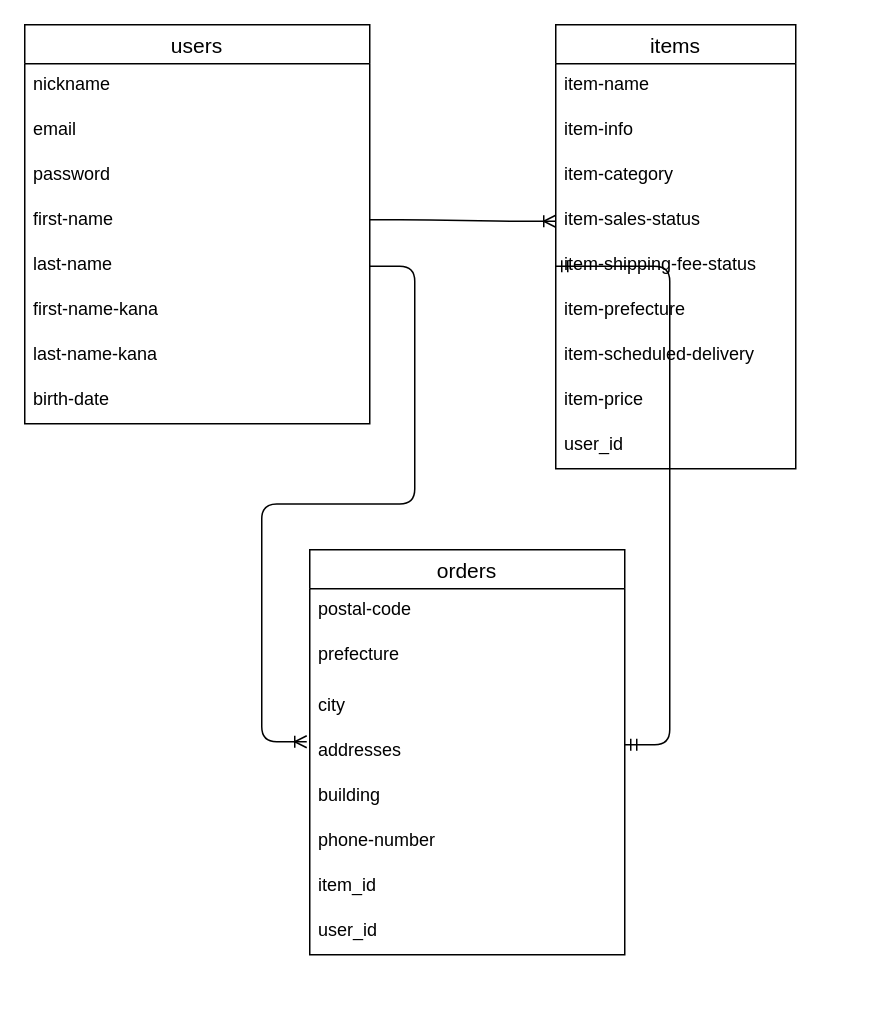
This is tables.dio from YTtech50/furima-30609, a draw.io file, before an edit. Source tidied: cells renumbered, new cells numbered last; positions are measured from the earlier drawing's top-left corner, leaving out a move shared by most shapes. Both pictures are drawn from the tidied source at 150%, with x=0, y=0 at pixel (24, 24).
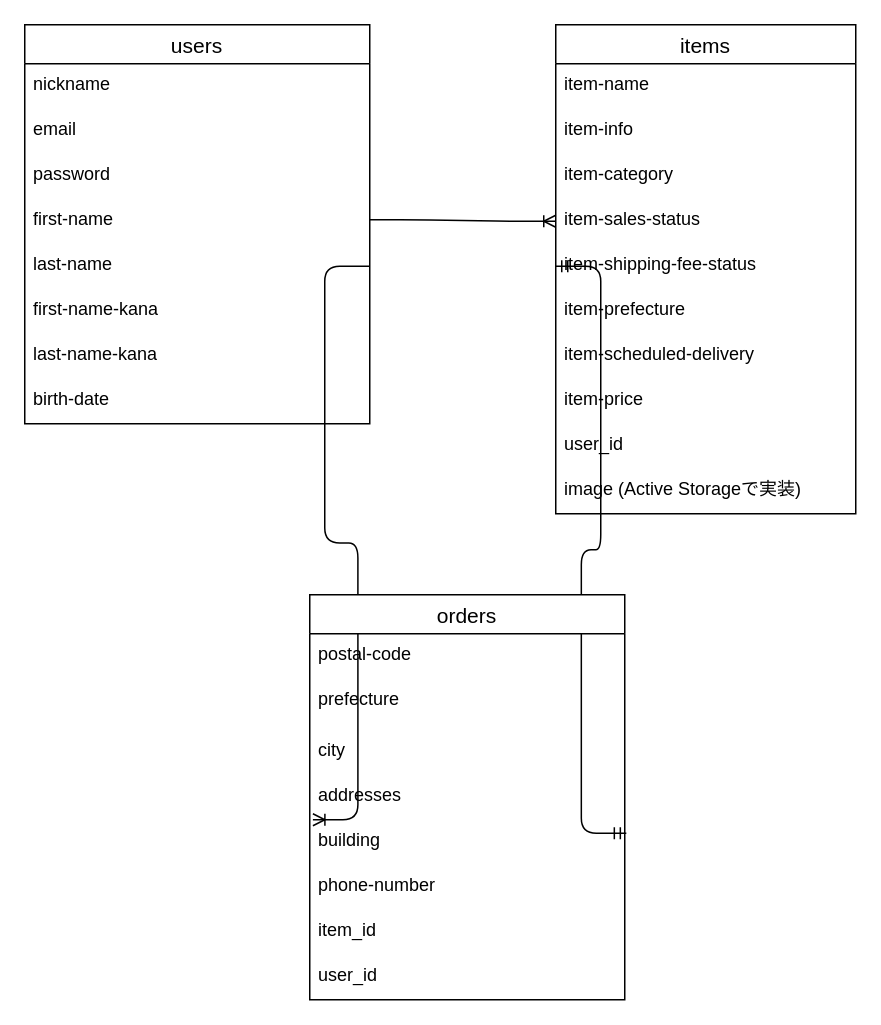
Above is the later version.

Commit message (it also covers changes not shown here):
READMEへテーブル設計を記入

Unchanged cells that the change refers to:
```xml
<mxCell id="7" value="last-name" style="text;strokeColor=none;fillColor=none;spacingLeft=4;spacingRight=4;overflow=hidden;points=[[0,0.5],[1,0.5]];portConstraint=eastwest;fontSize=12;" parent="2" vertex="1">
  <mxGeometry y="146" width="230" height="30" as="geometry" />
</mxCell>
<mxCell id="25" value="addresses" style="text;strokeColor=none;fillColor=none;spacingLeft=4;spacingRight=4;overflow=hidden;points=[[0,0.5],[1,0.5]];portConstraint=eastwest;fontSize=12;" parent="21" vertex="1">
  <mxGeometry y="120" width="210" height="30" as="geometry" />
</mxCell>
<mxCell id="26" value="building" style="text;strokeColor=none;fillColor=none;spacingLeft=4;spacingRight=4;overflow=hidden;points=[[0,0.5],[1,0.5]];portConstraint=eastwest;fontSize=12;" parent="21" vertex="1">
  <mxGeometry y="150" width="210" height="30" as="geometry" />
</mxCell>
```

The edit, as a diff of the source:
```diff
@@
     <mxCell id="11" value="items" style="swimlane;fontStyle=0;horizontal=1;startSize=26;align=center;fontSize=14;" parent="1" vertex="1">
-      <mxGeometry x="354" width="160" height="296" as="geometry" />
+      <mxGeometry x="354" width="200" height="326" as="geometry" />
     </mxCell>
     <mxCell id="12" value="item-name" style="text;strokeColor=none;fillColor=none;spacingLeft=4;spacingRight=4;overflow=hidden;fontSize=12;" parent="11" vertex="1">
-      <mxGeometry y="26" width="160" height="30" as="geometry" />
+      <mxGeometry y="26" width="200" height="30" as="geometry" />
     </mxCell>
     <mxCell id="13" value="item-info" style="text;strokeColor=none;fillColor=none;spacingLeft=4;spacingRight=4;overflow=hidden;fontSize=12;" parent="11" vertex="1">
-      <mxGeometry y="56" width="160" height="30" as="geometry" />
+      <mxGeometry y="56" width="200" height="30" as="geometry" />
     </mxCell>
     <mxCell id="14" value="item-category" style="text;strokeColor=none;fillColor=none;spacingLeft=4;spacingRight=4;overflow=hidden;fontSize=12;" parent="11" vertex="1">
-      <mxGeometry y="86" width="160" height="30" as="geometry" />
+      <mxGeometry y="86" width="200" height="30" as="geometry" />
     </mxCell>
     <mxCell id="15" value="item-sales-status" style="text;strokeColor=none;fillColor=none;spacingLeft=4;spacingRight=4;overflow=hidden;points=[[0,0.5],[1,0.5]];portConstraint=eastwest;fontSize=12;" parent="11" vertex="1">
-      <mxGeometry y="116" width="160" height="30" as="geometry" />
+      <mxGeometry y="116" width="200" height="30" as="geometry" />
     </mxCell>
     <mxCell id="16" value="item-shipping-fee-status" style="text;strokeColor=none;fillColor=none;spacingLeft=4;spacingRight=4;overflow=hidden;points=[[0,0.5],[1,0.5]];portConstraint=eastwest;fontSize=12;" parent="11" vertex="1">
-      <mxGeometry y="146" width="160" height="30" as="geometry" />
+      <mxGeometry y="146" width="200" height="30" as="geometry" />
     </mxCell>
     <mxCell id="17" value="item-prefecture" style="text;strokeColor=none;fillColor=none;spacingLeft=4;spacingRight=4;overflow=hidden;fontSize=12;" parent="11" vertex="1">
-      <mxGeometry y="176" width="160" height="30" as="geometry" />
+      <mxGeometry y="176" width="200" height="30" as="geometry" />
     </mxCell>
     <mxCell id="18" value="item-scheduled-delivery" style="text;strokeColor=none;fillColor=none;spacingLeft=4;spacingRight=4;overflow=hidden;fontSize=12;" parent="11" vertex="1">
-      <mxGeometry y="206" width="160" height="30" as="geometry" />
+      <mxGeometry y="206" width="200" height="30" as="geometry" />
     </mxCell>
     <mxCell id="19" value="item-price" style="text;strokeColor=none;fillColor=none;spacingLeft=4;spacingRight=4;overflow=hidden;fontSize=12;" parent="11" vertex="1">
-      <mxGeometry y="236" width="160" height="30" as="geometry" />
+      <mxGeometry y="236" width="200" height="30" as="geometry" />
     </mxCell>
     <mxCell id="20" value="user_id" style="text;strokeColor=none;fillColor=none;spacingLeft=4;spacingRight=4;overflow=hidden;fontSize=12;" parent="11" vertex="1">
-      <mxGeometry y="266" width="160" height="30" as="geometry" />
+      <mxGeometry y="266" width="200" height="30" as="geometry" />
     </mxCell>
+    <mxCell id="33" value="image (Active Storageで実装)" style="text;strokeColor=none;fillColor=none;spacingLeft=4;spacingRight=4;overflow=hidden;fontSize=12;" parent="11" vertex="1">
+      <mxGeometry y="296" width="200" height="30" as="geometry" />
+    </mxCell>
+    <mxCell id="30" style="edgeStyle=entityRelationEdgeStyle;fontSize=12;html=1;endArrow=ERoneToMany;entryX=0;entryY=0.5;entryDx=0;entryDy=0;" parent="1" edge="1" target="15">
+      <mxGeometry relative="1" as="geometry">
+        <mxPoint x="230" y="130" as="sourcePoint" />
+      </mxGeometry>
+    </mxCell>
+    <mxCell id="31" style="edgeStyle=entityRelationEdgeStyle;fontSize=12;html=1;endArrow=ERoneToMany;exitX=1;exitY=0.5;exitDx=0;exitDy=0;entryX=0.01;entryY=1;entryDx=0;entryDy=0;entryPerimeter=0;" parent="1" edge="1" source="7" target="25">
+      <mxGeometry relative="1" as="geometry" />
+    </mxCell>
+    <mxCell id="32" style="edgeStyle=entityRelationEdgeStyle;fontSize=12;html=1;endArrow=ERmandOne;startArrow=ERmandOne;entryX=0;entryY=0.5;entryDx=0;entryDy=0;exitX=1.005;exitY=0.3;exitDx=0;exitDy=0;exitPerimeter=0;" parent="1" edge="1" source="26" target="16">
+      <mxGeometry relative="1" as="geometry" />
+    </mxCell>
     <mxCell id="21" value="orders" style="swimlane;fontStyle=0;horizontal=1;startSize=26;align=center;fontSize=14;" parent="1" vertex="1">
-      <mxGeometry x="190" y="350" width="210" height="270" as="geometry" />
+      <mxGeometry x="190" y="380" width="210" height="270" as="geometry" />
     </mxCell>
@@
-    <mxCell id="30" style="edgeStyle=entityRelationEdgeStyle;fontSize=12;html=1;endArrow=ERoneToMany;entryX=0;entryY=0.5;entryDx=0;entryDy=0;" parent="1" edge="1" target="15">
-      <mxGeometry relative="1" as="geometry">
-        <mxPoint x="230" y="130" as="sourcePoint" />
-      </mxGeometry>
-    </mxCell>
-    <mxCell id="31" style="edgeStyle=entityRelationEdgeStyle;fontSize=12;html=1;endArrow=ERoneToMany;exitX=1;exitY=0.5;exitDx=0;exitDy=0;" parent="1" edge="1" source="7">
-      <mxGeometry relative="1" as="geometry">
-        <mxPoint x="188" y="478" as="targetPoint" />
-      </mxGeometry>
-    </mxCell>
-    <mxCell id="32" style="edgeStyle=entityRelationEdgeStyle;fontSize=12;html=1;endArrow=ERmandOne;startArrow=ERmandOne;entryX=0;entryY=0.5;entryDx=0;entryDy=0;" parent="1" edge="1" target="16">
-      <mxGeometry relative="1" as="geometry">
-        <mxPoint x="400" y="480" as="sourcePoint" />
-      </mxGeometry>
-    </mxCell>
```
